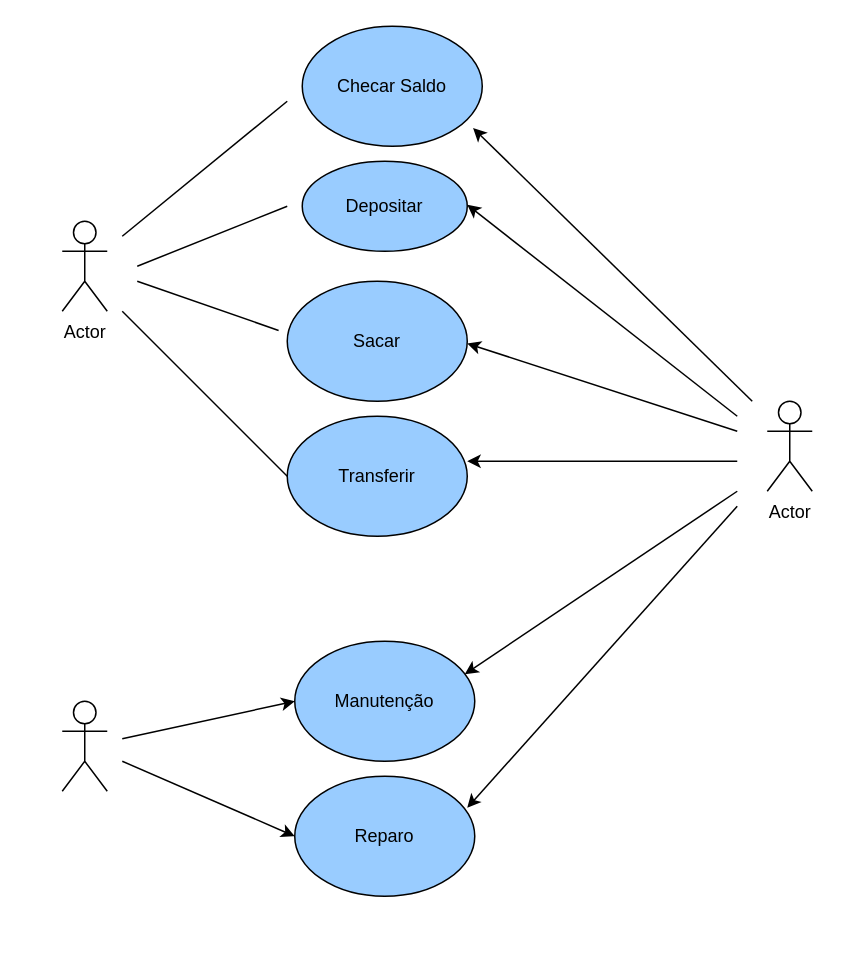
Above: page "Página-2" (1 of 5) of Diagrama sem nome.drawio in Yariwake2/diagramaderequisitos (draw.io), before the change. Source tidied: cells renumbered, new cells numbered last; positions are measured from the earlier drawing's top-left corner, leaving out a move shared by most shapes. Both pictures are drawn from the tidied source at 150%, with x=0, y=0 at pixel (62, 26).
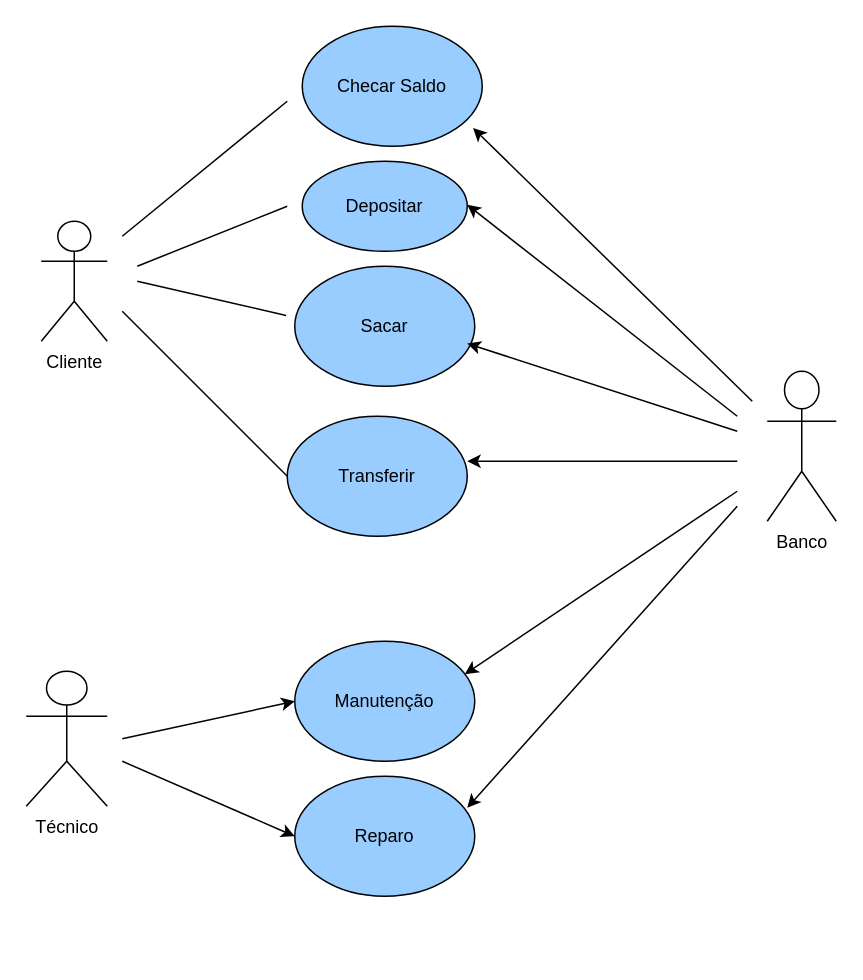
After the change.

The edit, as a diff of the source:
```diff
@@
-    <mxCell id="2" value="Actor" style="shape=umlActor;verticalLabelPosition=bottom;verticalAlign=top;html=1;" parent="1" vertex="1">
-      <mxGeometry y="130" width="30" height="60" as="geometry" />
+    <mxCell id="2" value="Cliente" style="shape=umlActor;verticalLabelPosition=bottom;verticalAlign=top;html=1;" parent="1" vertex="1">
+      <mxGeometry x="-14" y="130" width="44" height="80" as="geometry" />
     </mxCell>
-    <mxCell id="3" value="&lt;br&gt;&lt;div&gt;&lt;br&gt;&lt;/div&gt;&lt;div&gt;&lt;br&gt;&lt;/div&gt;&lt;div&gt;&lt;br&gt;&lt;/div&gt;&lt;div&gt;&lt;br&gt;&lt;/div&gt;&lt;div&gt;&lt;br&gt;&lt;/div&gt;&lt;div&gt;&lt;br&gt;&lt;/div&gt;" style="shape=umlActor;verticalLabelPosition=bottom;verticalAlign=top;html=1;" parent="1" vertex="1">
-      <mxGeometry y="450" width="30" height="60" as="geometry" />
+    <mxCell id="3" value="Técnico" style="shape=umlActor;verticalLabelPosition=bottom;verticalAlign=top;html=1;" parent="1" vertex="1">
+      <mxGeometry x="-24" y="430" width="54" height="90" as="geometry" />
     </mxCell>
@@
     <mxCell id="8" value="Sacar" style="ellipse;whiteSpace=wrap;html=1;fillColor=light-dark(#99CCFF,var(--ge-dark-color, #121212));" parent="1" vertex="1">
-      <mxGeometry x="150" y="170" width="120" height="80" as="geometry" />
+      <mxGeometry x="155" y="160" width="120" height="80" as="geometry" />
     </mxCell>
@@
-    <mxCell id="10" value="Actor" style="shape=umlActor;verticalLabelPosition=bottom;verticalAlign=top;html=1;" parent="1" vertex="1">
-      <mxGeometry x="470" y="250" width="30" height="60" as="geometry" />
+    <mxCell id="10" value="Banco" style="shape=umlActor;verticalLabelPosition=bottom;verticalAlign=top;html=1;" parent="1" vertex="1">
+      <mxGeometry x="470" y="230" width="46" height="100" as="geometry" />
     </mxCell>
```
